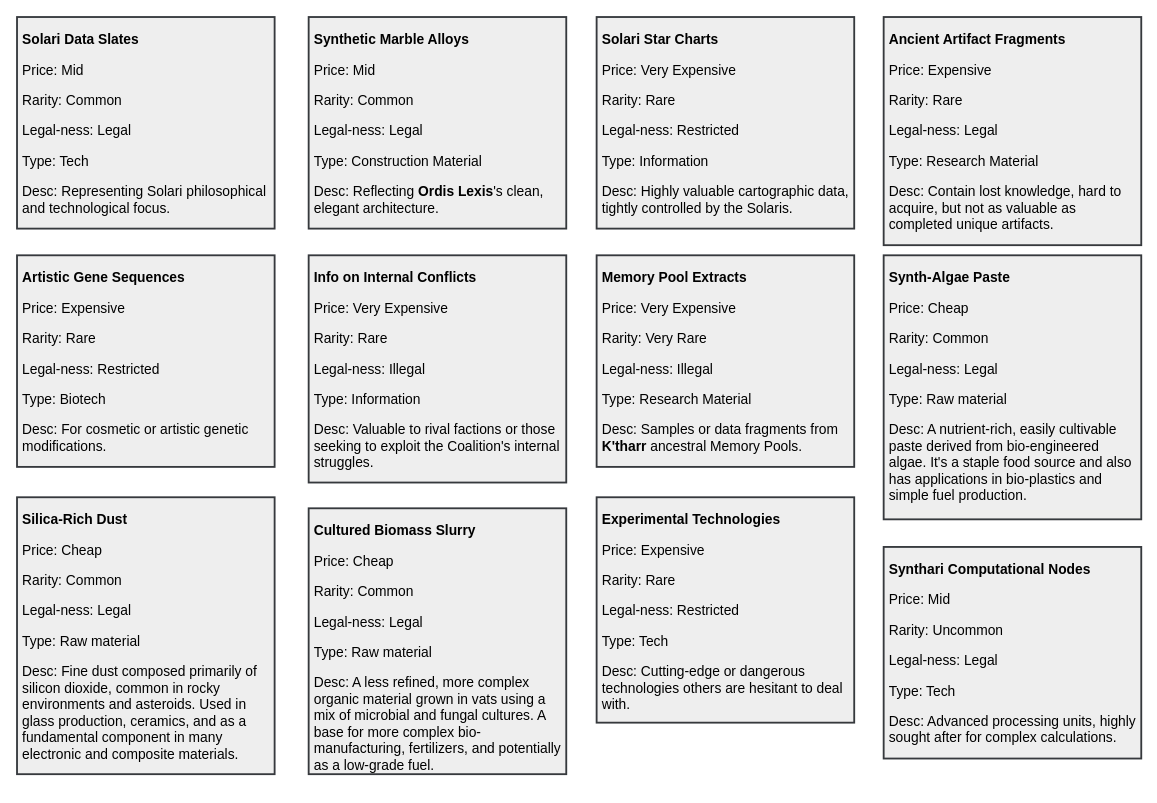
This is page "Goods" (4 of 4) of designs/narrative texts.drawio from eerieA/game-nexarion, a draw.io file, before an edit. Source tidied: cells renumbered, new cells numbered last; positions are measured from the earlier drawing's top-left corner, leaving out a move shared by most shapes. Both pictures are drawn from the tidied source at 92%, with x=0, y=0 at pixel (17, 17).
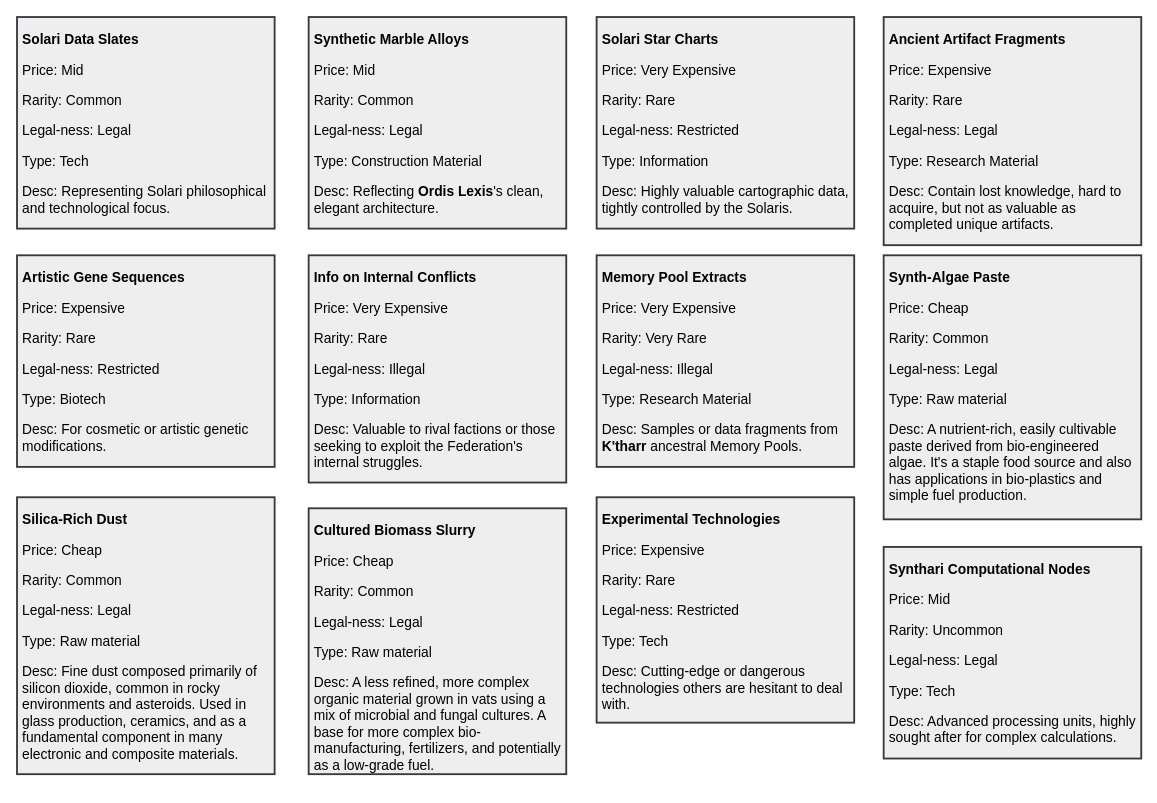
Above is the later version.

The edit, as a diff of the source:
```diff
@@
 <mxGraphModel>
   <root>
     <mxCell id="0" />
     <mxCell id="1" parent="0" />
     <mxCell id="2" value="&lt;p&gt;&lt;strong&gt;Solari Data Slates&lt;/strong&gt;&lt;/p&gt;&lt;p&gt;Price: Mid&lt;/p&gt;&lt;p&gt;Rarity: Common&lt;/p&gt;&lt;p&gt;Legal-ness: Legal&lt;/p&gt;&lt;p&gt;Type: Tech&lt;/p&gt;&lt;p&gt;Desc: Representing Solari philosophical and technological focus.&lt;/p&gt;" style="rounded=0;whiteSpace=wrap;html=1;fillColor=#eeeeee;strokeColor=#36393d;align=left;fontSize=15;verticalAlign=top;labelBackgroundColor=none;spacing=6;spacingTop=-10;strokeWidth=2;" parent="1" vertex="1">
       <mxGeometry width="280" height="230" as="geometry" />
     </mxCell>
     <mxCell id="3" value="&lt;p&gt;&lt;strong&gt;Synthetic Marble Alloys&lt;/strong&gt;&lt;/p&gt;&lt;p&gt;Price: Mid&lt;/p&gt;&lt;p&gt;Rarity: Common&lt;/p&gt;&lt;p&gt;Legal-ness: Legal&lt;/p&gt;&lt;p&gt;Type: Construction Material&lt;/p&gt;&lt;p&gt;Desc: Reflecting &lt;strong&gt;Ordis Lexis&lt;/strong&gt;'s clean, elegant architecture.&lt;/p&gt;" style="rounded=0;whiteSpace=wrap;html=1;fillColor=#eeeeee;strokeColor=#36393d;align=left;fontSize=15;verticalAlign=top;labelBackgroundColor=none;spacing=6;spacingTop=-10;strokeWidth=2;" parent="1" vertex="1">
       <mxGeometry x="317" width="280" height="230" as="geometry" />
     </mxCell>
     <mxCell id="4" value="&lt;p&gt;&lt;strong&gt;Solari Star Charts&lt;/strong&gt;&lt;/p&gt;&lt;p&gt;Price: Very Expensive&lt;/p&gt;&lt;p&gt;Rarity: Rare&lt;/p&gt;&lt;p&gt;Legal-ness: Restricted&lt;/p&gt;&lt;p&gt;Type: Information&lt;/p&gt;&lt;p&gt;Desc: Highly valuable cartographic data, tightly controlled by the Solaris.&lt;/p&gt;" style="rounded=0;whiteSpace=wrap;html=1;fillColor=#eeeeee;strokeColor=#36393d;align=left;fontSize=15;verticalAlign=top;labelBackgroundColor=none;spacing=6;spacingTop=-10;strokeWidth=2;" parent="1" vertex="1">
       <mxGeometry x="630" width="280" height="230" as="geometry" />
     </mxCell>
     <mxCell id="5" value="&lt;p&gt;&lt;strong&gt;Ancient Artifact Fragments&lt;/strong&gt;&lt;/p&gt;&lt;p&gt;Price: Expensive&lt;/p&gt;&lt;p&gt;Rarity: Rare&lt;/p&gt;&lt;p&gt;Legal-ness: Legal&lt;/p&gt;&lt;p&gt;Type: Research Material&lt;/p&gt;&lt;p&gt;Desc: Contain lost knowledge, hard to acquire, but not as valuable as completed unique artifacts.&lt;/p&gt;" style="rounded=0;whiteSpace=wrap;html=1;fillColor=#eeeeee;strokeColor=#36393d;align=left;fontSize=15;verticalAlign=top;labelBackgroundColor=none;spacing=6;spacingTop=-10;strokeWidth=2;" parent="1" vertex="1">
       <mxGeometry x="942" width="280" height="248" as="geometry" />
     </mxCell>
     <mxCell id="6" value="&lt;p&gt;&lt;strong&gt;Artistic Gene Sequences&lt;/strong&gt;&lt;/p&gt;&lt;p&gt;Price: Expensive&lt;/p&gt;&lt;p&gt;Rarity: Rare&lt;/p&gt;&lt;p&gt;Legal-ness: Restricted&lt;/p&gt;&lt;p&gt;Type: Biotech&lt;/p&gt;&lt;p&gt;Desc: For cosmetic or artistic genetic modifications.&lt;/p&gt;" style="rounded=0;whiteSpace=wrap;html=1;fillColor=#eeeeee;strokeColor=#36393d;align=left;fontSize=15;verticalAlign=top;labelBackgroundColor=none;spacing=6;spacingTop=-10;strokeWidth=2;" parent="1" vertex="1">
       <mxGeometry y="259" width="280" height="230" as="geometry" />
     </mxCell>
-    <mxCell id="7" value="&lt;p&gt;&lt;strong&gt;Info on Internal Conflicts&lt;/strong&gt;&lt;/p&gt;&lt;p&gt;Price: Very Expensive&lt;/p&gt;&lt;p&gt;Rarity: Rare&lt;/p&gt;&lt;p&gt;Legal-ness: Illegal&lt;/p&gt;&lt;p&gt;Type: Information&lt;/p&gt;&lt;p&gt;Desc: Valuable to rival factions or those seeking to exploit the Coalition's internal struggles.&lt;/p&gt;" style="rounded=0;whiteSpace=wrap;html=1;fillColor=#eeeeee;strokeColor=#36393d;align=left;fontSize=15;verticalAlign=top;labelBackgroundColor=none;spacing=6;spacingTop=-10;strokeWidth=2;" parent="1" vertex="1">
+    <mxCell id="7" value="&lt;p&gt;&lt;strong&gt;Info on Internal Conflicts&lt;/strong&gt;&lt;/p&gt;&lt;p&gt;Price: Very Expensive&lt;/p&gt;&lt;p&gt;Rarity: Rare&lt;/p&gt;&lt;p&gt;Legal-ness: Illegal&lt;/p&gt;&lt;p&gt;Type: Information&lt;/p&gt;&lt;p&gt;Desc: Valuable to rival factions or those seeking to exploit the Federation's internal struggles.&lt;/p&gt;" style="rounded=0;whiteSpace=wrap;html=1;fillColor=#eeeeee;strokeColor=#36393d;align=left;fontSize=15;verticalAlign=top;labelBackgroundColor=none;spacing=6;spacingTop=-10;strokeWidth=2;" parent="1" vertex="1">
       <mxGeometry x="317" y="259" width="280" height="247" as="geometry" />
     </mxCell>
     <mxCell id="8" value="&lt;p&gt;&lt;strong&gt;Memory Pool Extracts&lt;/strong&gt;&lt;/p&gt;&lt;p&gt;Price: Very Expensive&lt;/p&gt;&lt;p&gt;Rarity: Very Rare&lt;/p&gt;&lt;p&gt;Legal-ness: Illegal&lt;/p&gt;&lt;p&gt;Type: Research Material&lt;/p&gt;&lt;p&gt;Desc: Samples or data fragments from &lt;strong&gt;K'tharr&lt;/strong&gt; ancestral Memory Pools.&lt;/p&gt;" style="rounded=0;whiteSpace=wrap;html=1;fillColor=#eeeeee;strokeColor=#36393d;align=left;fontSize=15;verticalAlign=top;labelBackgroundColor=none;spacing=6;spacingTop=-10;strokeWidth=2;" parent="1" vertex="1">
       <mxGeometry x="630" y="259" width="280" height="230" as="geometry" />
     </mxCell>
     <mxCell id="9" value="&lt;p&gt;&lt;strong&gt;Synth-Algae Paste&lt;/strong&gt;&lt;/p&gt;&lt;p&gt;Price: Cheap&lt;/p&gt;&lt;p&gt;Rarity: Common&lt;/p&gt;&lt;p&gt;Legal-ness: Legal&lt;/p&gt;&lt;p&gt;Type: Raw material&lt;/p&gt;&lt;p&gt;Desc: A nutrient-rich, easily cultivable paste derived from bio-engineered algae. It's a staple food source and also has applications in bio-plastics and simple fuel production.&lt;/p&gt;" style="rounded=0;whiteSpace=wrap;html=1;fillColor=#eeeeee;strokeColor=#36393d;align=left;fontSize=15;verticalAlign=top;labelBackgroundColor=none;spacing=6;spacingTop=-10;strokeWidth=2;" parent="1" vertex="1">
       <mxGeometry x="942" y="259" width="280" height="287" as="geometry" />
     </mxCell>
     <mxCell id="10" value="&lt;p&gt;&lt;strong&gt;Silica-Rich Dust&lt;/strong&gt;&lt;/p&gt;&lt;p&gt;Price: Cheap&lt;/p&gt;&lt;p&gt;Rarity: Common&lt;/p&gt;&lt;p&gt;Legal-ness: Legal&lt;/p&gt;&lt;p&gt;Type: Raw material&lt;/p&gt;&lt;p&gt;Desc: Fine dust composed primarily of silicon dioxide, common in rocky environments and asteroids. Used in glass production, ceramics, and as a fundamental component in many electronic and composite materials.&lt;/p&gt;" style="rounded=0;whiteSpace=wrap;html=1;fillColor=#eeeeee;strokeColor=#36393d;align=left;fontSize=15;verticalAlign=top;labelBackgroundColor=none;spacing=6;spacingTop=-10;strokeWidth=2;" parent="1" vertex="1">
       <mxGeometry y="522" width="280" height="301" as="geometry" />
     </mxCell>
     <mxCell id="11" value="&lt;p&gt;&lt;strong&gt;Cultured Biomass Slurry&lt;/strong&gt;&lt;/p&gt;&lt;p&gt;Price: Cheap&lt;/p&gt;&lt;p&gt;Rarity: Common&lt;/p&gt;&lt;p&gt;Legal-ness: Legal&lt;/p&gt;&lt;p&gt;Type: Raw material&lt;/p&gt;&lt;p&gt;Desc: A less refined, more complex organic material grown in vats using a mix of microbial and fungal cultures. A base for more complex bio-manufacturing, fertilizers, and potentially as a low-grade fuel.&lt;/p&gt;" style="rounded=0;whiteSpace=wrap;html=1;fillColor=#eeeeee;strokeColor=#36393d;align=left;fontSize=15;verticalAlign=top;labelBackgroundColor=none;spacing=6;spacingTop=-10;strokeWidth=2;" parent="1" vertex="1">
       <mxGeometry x="317" y="534" width="280" height="289" as="geometry" />
     </mxCell>
     <mxCell id="12" value="&lt;p&gt;&lt;strong&gt;Experimental Technologies&lt;/strong&gt;&lt;/p&gt;&lt;p&gt;Price: Expensive&lt;/p&gt;&lt;p&gt;Rarity: Rare&lt;/p&gt;&lt;p&gt;Legal-ness: Restricted&lt;/p&gt;&lt;p&gt;Type: Tech&lt;/p&gt;&lt;p&gt;Desc: Cutting-edge or dangerous technologies others are hesitant to deal with.&lt;/p&gt;" style="rounded=0;whiteSpace=wrap;html=1;fillColor=#eeeeee;strokeColor=#36393d;align=left;fontSize=15;verticalAlign=top;labelBackgroundColor=none;spacing=6;spacingTop=-10;strokeWidth=2;" parent="1" vertex="1">
       <mxGeometry x="630" y="522" width="280" height="245" as="geometry" />
     </mxCell>
     <mxCell id="13" value="&lt;p&gt;&lt;strong&gt;Synthari Computational Nodes&lt;/strong&gt;&lt;/p&gt;&lt;p&gt;Price: Mid&lt;/p&gt;&lt;p&gt;Rarity: Uncommon&lt;/p&gt;&lt;p&gt;Legal-ness: Legal&lt;/p&gt;&lt;p&gt;Type: Tech&lt;/p&gt;&lt;p&gt;Desc: Advanced processing units, highly sought after for complex calculations.&lt;/p&gt;" style="rounded=0;whiteSpace=wrap;html=1;fillColor=#eeeeee;strokeColor=#36393d;align=left;fontSize=15;verticalAlign=top;labelBackgroundColor=none;spacing=6;spacingTop=-10;strokeWidth=2;" parent="1" vertex="1">
       <mxGeometry x="942" y="576" width="280" height="230" as="geometry" />
     </mxCell>
   </root>
 </mxGraphModel>
```
